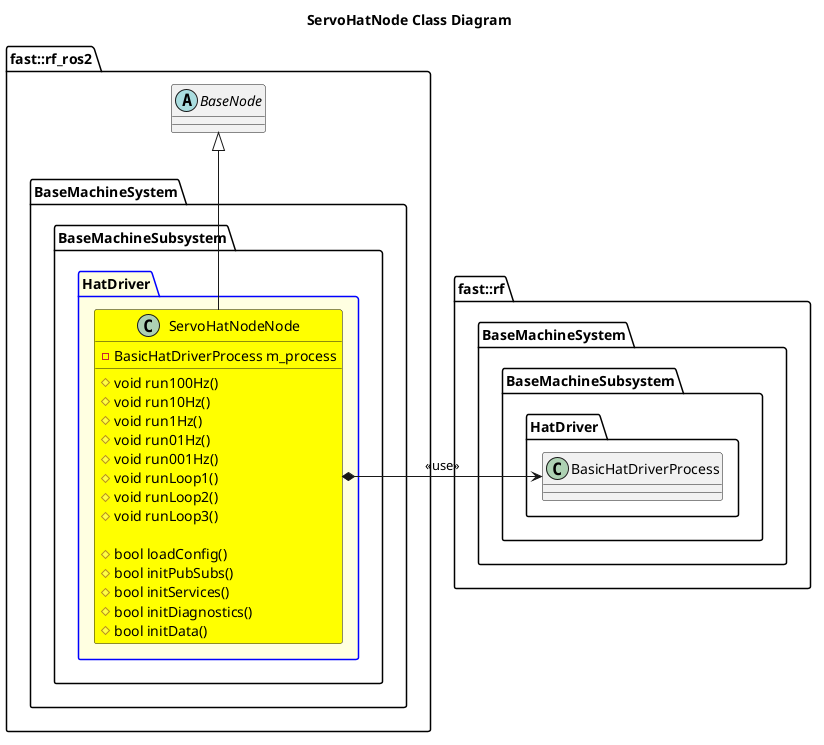
Earlier version of the PlantUML export Systems/BaseMachine/Subsystems/BaseMachine/Nodes/ServoHatNode/doc/puml/ServoHatNodeClassDiagram.png (fastrobotics/robot_framework_ros2).
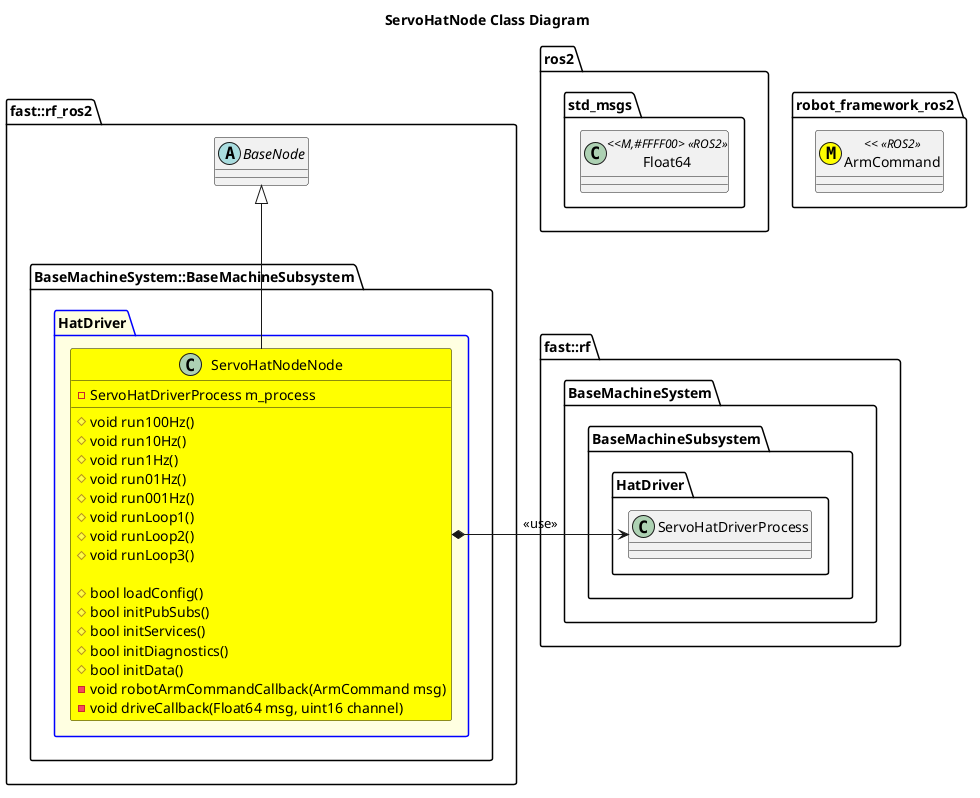
The same file after the commit.

The edit, as a diff of the source:
```diff
@@ -1,10 +1,18 @@
 @startuml
 title ServoHatNode Class Diagram
+namespace ros2 {
+    namespace std_msgs {
+        class Float64 <<M,#FFFF00> <<ROS2>>
+    }
+}
+namespace robot_framework_ros2 {
+    class ArmCommand <<(M,#FFFF00) <<ROS2>>
+}
 namespace fast::rf {
     namespace BaseMachineSystem {
         namespace BaseMachineSubsystem {
             namespace HatDriver {
-                class BasicHatDriverProcess
+                class ServoHatDriverProcess
             }
         }
     }
@@ -13,29 +21,29 @@
     abstract BaseNode {
 
     }
-    namespace BaseMachineSystem {
-        namespace BaseMachineSubsystem {
-            package HatDriver #LightYellow;line:blue  {
-                class ServoHatNodeNode #Yellow {
-                    #void run100Hz()
-                    #void run10Hz()
-                    #void run1Hz()
-                    #void run01Hz()
-                    #void run001Hz()
-                    #void runLoop1()
-                    #void runLoop2()
-                    #void runLoop3()
+    namespace BaseMachineSystem::BaseMachineSubsystem {
+        package HatDriver #LightYellow;line:blue  {
+            class ServoHatNodeNode #Yellow {
+                #void run100Hz()
+                #void run10Hz()
+                #void run1Hz()
+                #void run01Hz()
+                #void run001Hz()
+                #void runLoop1()
+                #void runLoop2()
+                #void runLoop3()
 
-                    #bool loadConfig()
-                    #bool initPubSubs()
-                    #bool initServices()
-                    #bool initDiagnostics()
-                    #bool initData()
-                    -BasicHatDriverProcess m_process
-                }
-                ServoHatNodeNode -up-|> BaseNode
-                ServoHatNodeNode *-right-> BasicHatDriverProcess: <<use>>
+                #bool loadConfig()
+                #bool initPubSubs()
+                #bool initServices()
+                #bool initDiagnostics()
+                #bool initData()
+                -void robotArmCommandCallback(ArmCommand msg)
+                -void driveCallback(Float64 msg, uint16 channel)
+                -ServoHatDriverProcess m_process
             }
+            ServoHatNodeNode -up-|> BaseNode
+            ServoHatNodeNode *-right-> ServoHatDriverProcess: <<use>>
         }
     }
 }
```
